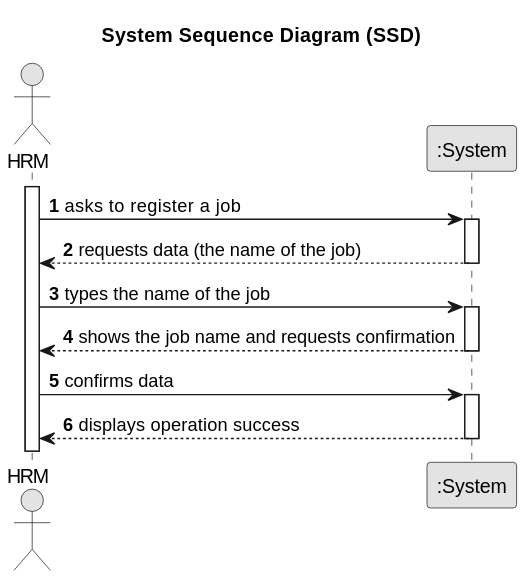
Departamento-de-Engenharia-Informatica/lei-24-s2-1do-g164 keeps this PlantUML diagram as docs/sprintA/us002/01.requirements-engineering/svg/us002-system-sequence-diagram-alternative-one.svg. Above is the earlier version.
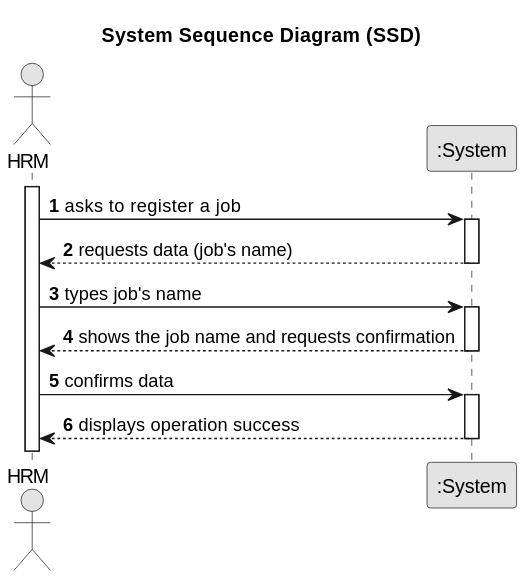
The same file after the commit.

Diff of the diagram source:
```diff
@@ -15,10 +15,10 @@
     Employee -> System : asks to  register a job
     activate System
 
-        System --> Employee : requests data (the name of the job)
+        System --> Employee : requests data (job's name)
     deactivate System
 
-    Employee -> System : types the name of the job
+    Employee -> System : types job's name
     activate System
 
         System --> Employee : shows the job name and requests confirmation
```
